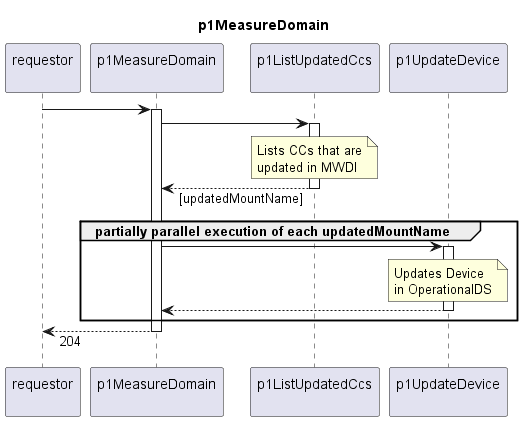
Before: spec/Functions/Measurement/p1MeasureDomain/1.0.0/p1MeasureDomain.png, a diagram exported from PlantUML (openBackhaul/FirmWareManager).
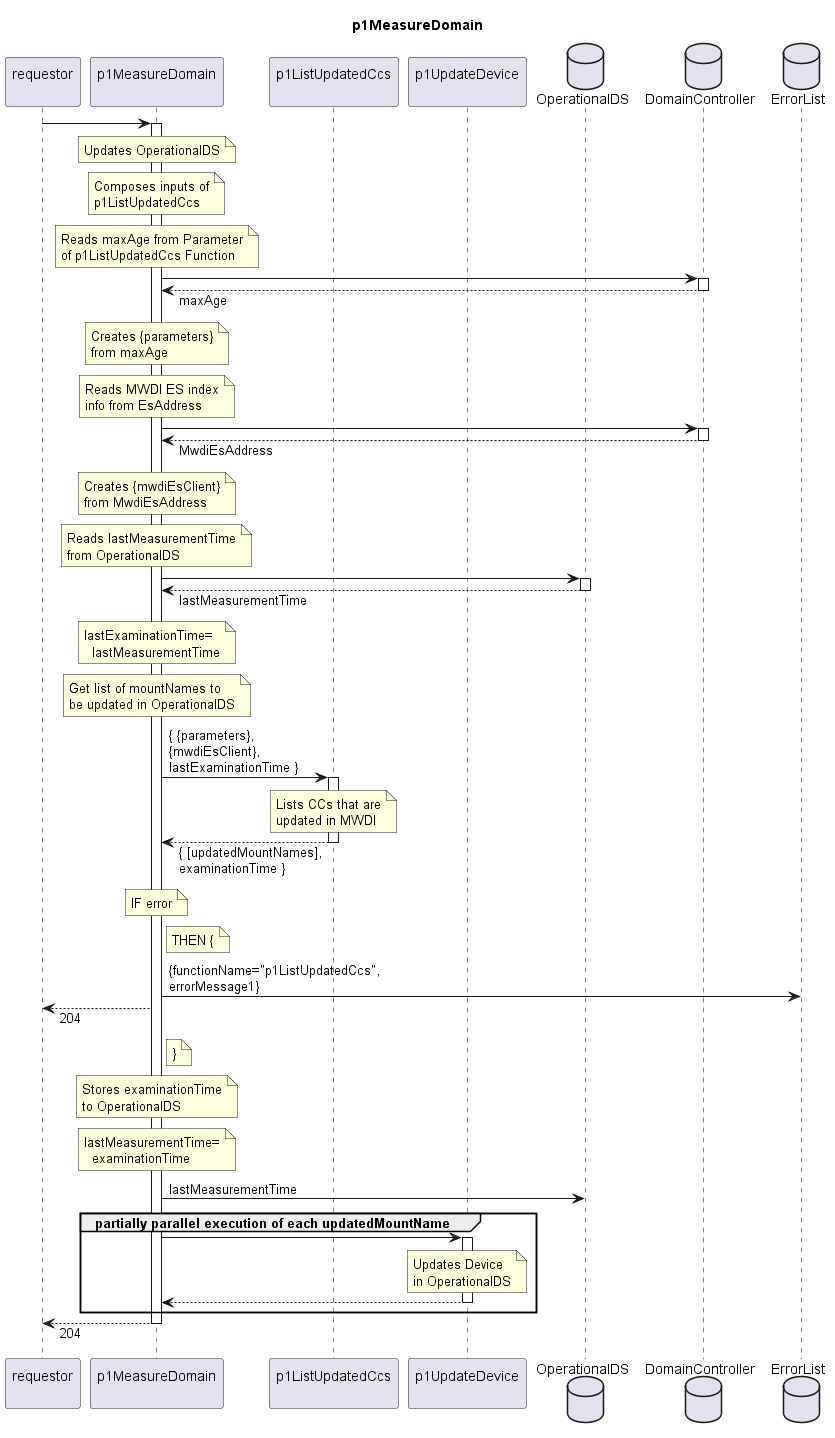
The same file after the commit.

Diff of the diagram source:
```diff
@@ -10,17 +10,91 @@
 participant "p1ListUpdatedCcs\n" as listCcs
 participant "p1UpdateDevice\n" as updateCc
 
+database "OperationalDS" as OpDS
+database "DomainController" as DC
+database "ErrorList" as hEL
+
 requestor -> indServ
 activate indServ
 
-  indServ -> listCcs
+  note over indServ
+    Updates OperationalDS
+  end note
+
+  note over indServ
+    Composes inputs of
+    p1ListUpdatedCcs
+  end note
+  note over indServ
+    Reads maxAge from Parameter
+    of p1ListUpdatedCcs Function
+  end note
+  indServ -> DC
+  activate DC
+  indServ <-- DC: maxAge
+  deactivate DC
+  note over indServ
+    Creates {parameters}
+    from maxAge
+  end note
+  note over indServ
+    Reads MWDI ES index
+    info from EsAddress
+  end note
+  indServ -> DC
+  activate DC
+  indServ <-- DC: MwdiEsAddress
+  deactivate DC
+  note over indServ
+    Creates {mwdiEsClient}
+    from MwdiEsAddress
+  end note
+  note over indServ
+    Reads lastMeasurementTime
+    from OperationalDS
+  end note
+  indServ -> OpDS
+  activate OpDS
+  indServ <-- OpDS: lastMeasurementTime
+  deactivate OpDS
+  note over indServ
+    lastExaminationTime=
+      lastMeasurementTime
+  end note
+
+  note over indServ
+    Get list of mountNames to
+    be updated in OperationalDS
+  end note
+  indServ -> listCcs: { {parameters},\n{mwdiEsClient},\nlastExaminationTime }
   activate listCcs
     note over listCcs
       Lists CCs that are
       updated in MWDI
     end note
-  indServ <-- listCcs: [updatedMountName]
+  indServ <-- listCcs: { [updatedMountNames],\nexaminationTime }
   deactivate listCcs
+  note over indServ
+    IF error
+  end note
+  note right indServ
+    THEN {
+  end note
+  indServ -> hEL: {functionName="p1ListUpdatedCcs",\nerrorMessage1}
+  requestor <-- indServ: 204
+  note right indServ
+    }
+  end note
+
+  note over indServ
+    Stores examinationTime
+    to OperationalDS
+  end note
+  note over indServ
+    lastMeasurementTime=
+      examinationTime
+  end note
+  indServ -> OpDS: lastMeasurementTime
 
   group partially parallel execution of each updatedMountName
     indServ -> updateCc
```
